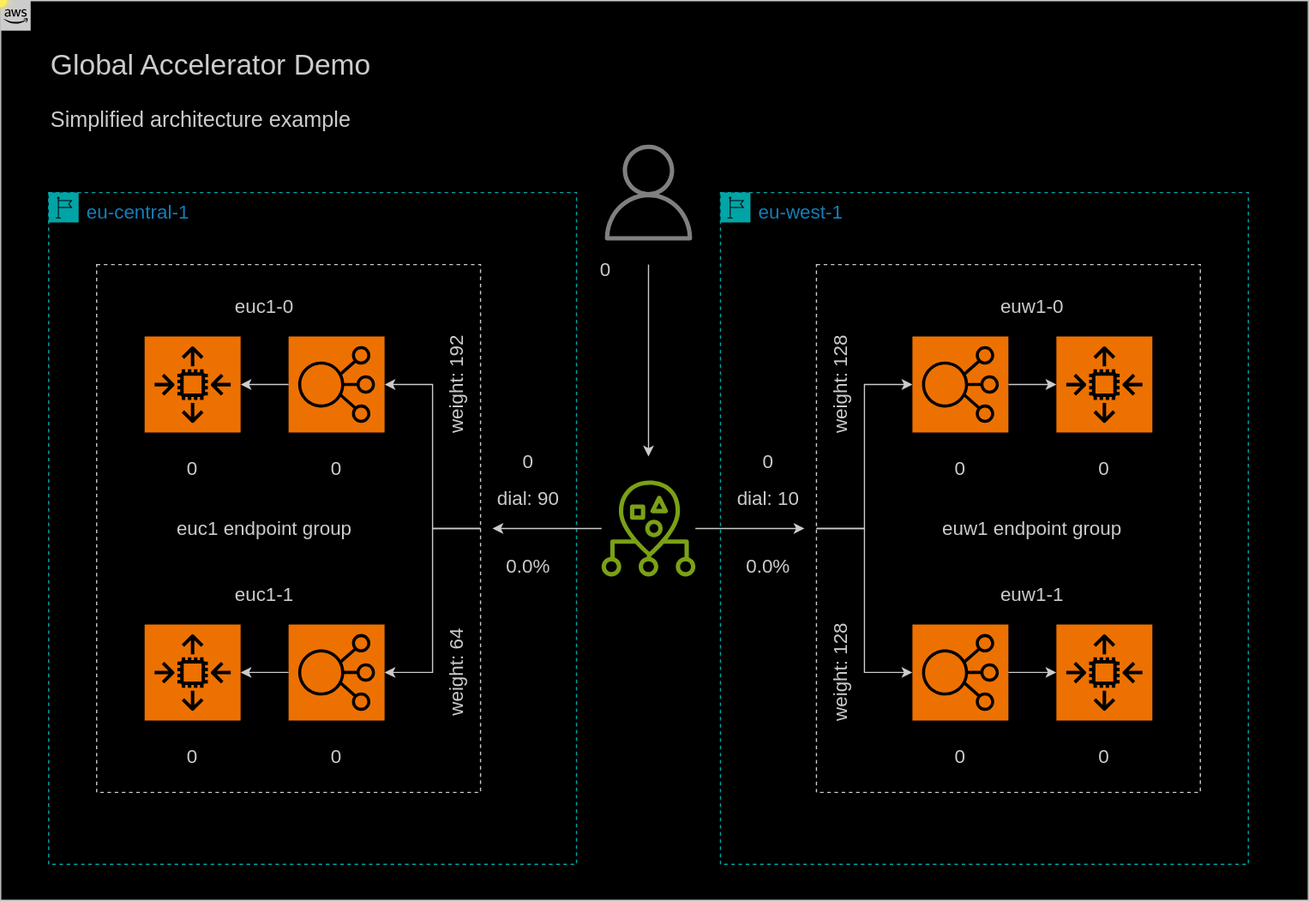
The draw.io diagram assets/architecture.black.svg in stormreply/global-accelerator-demo, before a commit. Source tidied: cells renumbered, new cells last; positions are measured from the earlier drawing's top-left corner, leaving out a move shared by most shapes.
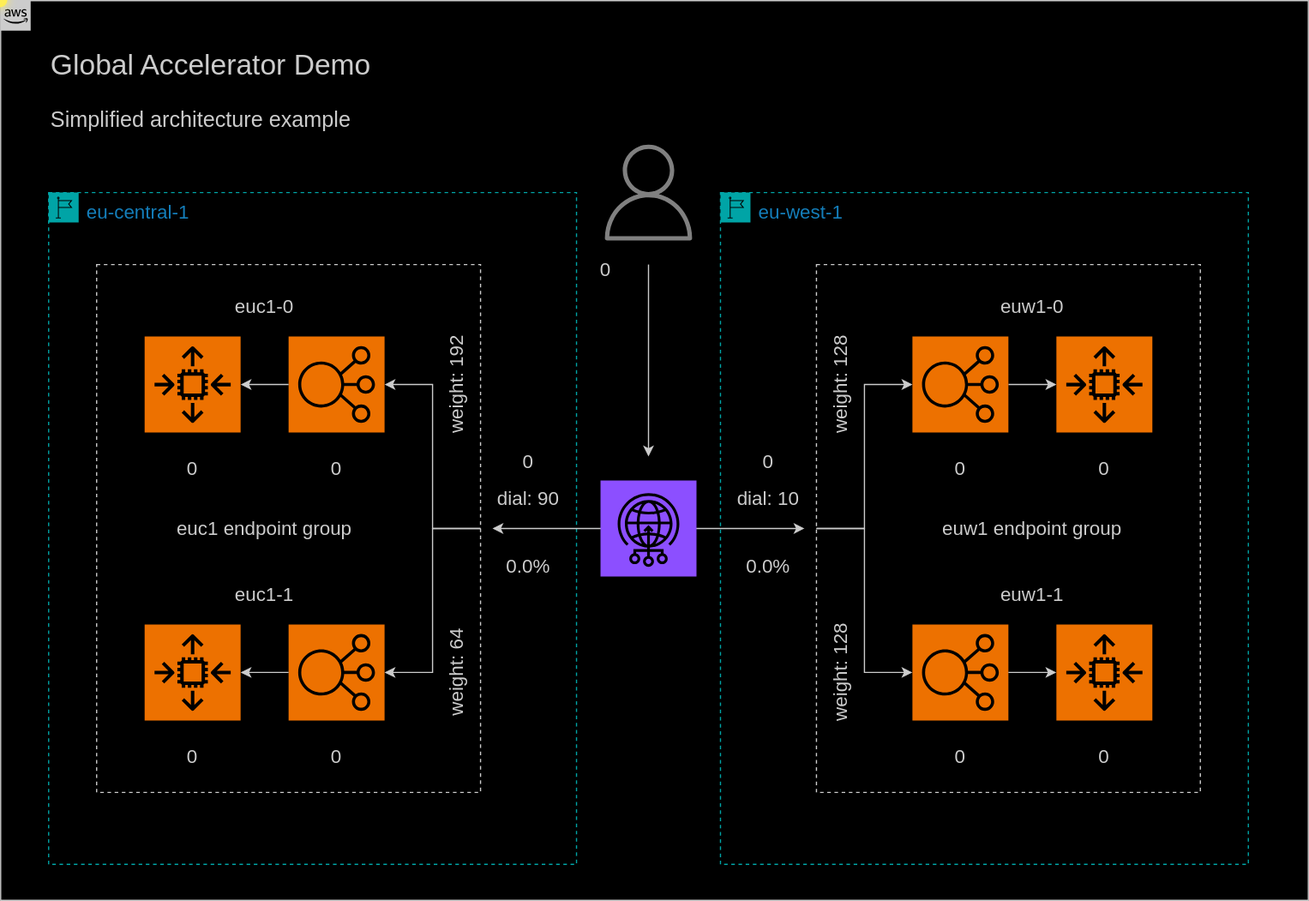
After the commit.

Commit message:
use right icon in architecture

Change to the diagram source:
```diff
@@ -91,19 +91,21 @@
     <mxCell id="27" value="&lt;font style=&quot;font-size: 16px;&quot;&gt;weight: 64&lt;/font&gt;" style="text;html=1;whiteSpace=wrap;strokeColor=none;fillColor=none;align=center;verticalAlign=middle;rounded=0;rotation=-90;" parent="15" vertex="1">
       <mxGeometry x="290" y="385" width="100" height="30" as="geometry" />
     </mxCell>
-    <mxCell id="28" style="edgeStyle=orthogonalEdgeStyle;jettySize=auto;html=1;" parent="1" edge="1" source="30">
+    <mxCell id="28" style="edgeStyle=orthogonalEdgeStyle;orthogonalLoop=1;jettySize=auto;html=1;" parent="1" edge="1">
       <mxGeometry relative="1" as="geometry">
+        <mxPoint x="507.9" y="440" as="sourcePoint" />
         <mxPoint x="410" y="440" as="targetPoint" />
       </mxGeometry>
     </mxCell>
-    <mxCell id="29" style="edgeStyle=orthogonalEdgeStyle;jettySize=auto;html=1;" parent="1" edge="1" source="30">
+    <mxCell id="29" style="edgeStyle=orthogonalEdgeStyle;orthogonalLoop=1;jettySize=auto;html=1;" parent="1" edge="1">
       <mxGeometry relative="1" as="geometry">
+        <mxPoint x="572.1" y="440" as="sourcePoint" />
         <mxPoint x="670" y="440" as="targetPoint" />
       </mxGeometry>
     </mxCell>
-    <mxCell id="30" style="sketch=0;outlineConnect=0;fontColor=#232F3E;gradientColor=none;fillColor=#7AA116;strokeColor=none;dashed=0;verticalLabelPosition=bottom;verticalAlign=top;align=center;html=1;fontSize=12;fontStyle=0;shape=mxgraph.aws4.s3_multi_region_access_points;rounded=0;" parent="1" vertex="1">
-      <mxGeometry x="500" y="400" width="80" height="80" as="geometry" />
-    </mxCell>
+    <mxCell id="41" style="sketch=0;fontColor=#232F3E;fillColor=#8C4FFF;strokeColor=#ffffff;dashed=0;verticalLabelPosition=bottom;verticalAlign=top;align=center;html=1;fontSize=12;fontStyle=0;shape=mxgraph.aws4.resourceIcon;resIcon=mxgraph.aws4.global_accelerator;" parent="1" vertex="1">
+      <mxGeometry x="500" y="400" width="80" height="80" as="geometry" />
+    </mxCell>
     <mxCell id="31" style="sketch=0;points=[[0,0,0],[0.25,0,0],[0.5,0,0],[0.75,0,0],[1,0,0],[0,1,0],[0.25,1,0],[0.5,1,0],[0.75,1,0],[1,1,0],[0,0.25,0],[0,0.5,0],[0,0.75,0],[1,0.25,0],[1,0.5,0],[1,0.75,0]];outlineConnect=0;fontColor=#232F3E;fillColor=#ED7100;strokeColor=#000000;dashed=0;verticalLabelPosition=bottom;verticalAlign=top;align=center;html=1;fontSize=12;fontStyle=0;shape=mxgraph.aws4.resourceIcon;resIcon=mxgraph.aws4.auto_scaling2;" parent="1" vertex="1">
       <mxGeometry x="120" y="280" width="80" height="80" as="geometry" />
     </mxCell>
```
